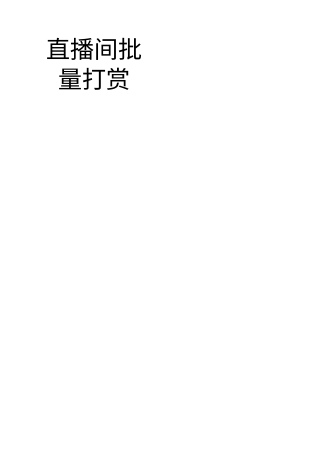
Before: reward_multi.drawio in seuzxc/book, a draw.io diagram. Source tidied: cells renumbered, new cells numbered last; positions are measured from the earlier drawing's top-left corner, leaving out a move shared by most shapes. Both pictures are drawn from the tidied source at 200%, with x=0, y=0 at pixel (34, 34).
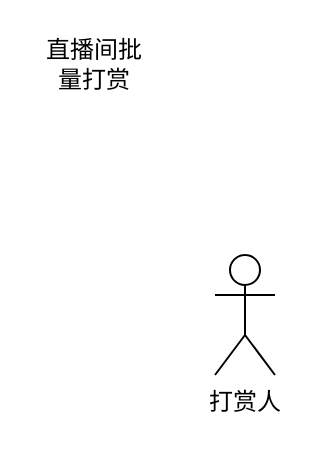
The same page after the edit.

Change to the diagram source:
```diff
@@
 <mxGraphModel>
   <root>
     <mxCell id="0" />
     <mxCell id="1" parent="0" />
     <mxCell id="2" value="直播间批量打赏" style="text;html=1;strokeColor=none;fillColor=none;align=center;verticalAlign=middle;whiteSpace=wrap;rounded=0;" parent="1" vertex="1">
       <mxGeometry width="60" height="30" as="geometry" />
     </mxCell>
+    <mxCell id="3" value="打赏人" style="shape=umlActor;verticalLabelPosition=bottom;verticalAlign=top;html=1;" parent="1" vertex="1">
+      <mxGeometry x="90" y="110" width="30" height="60" as="geometry" />
+    </mxCell>
   </root>
 </mxGraphModel>
```
